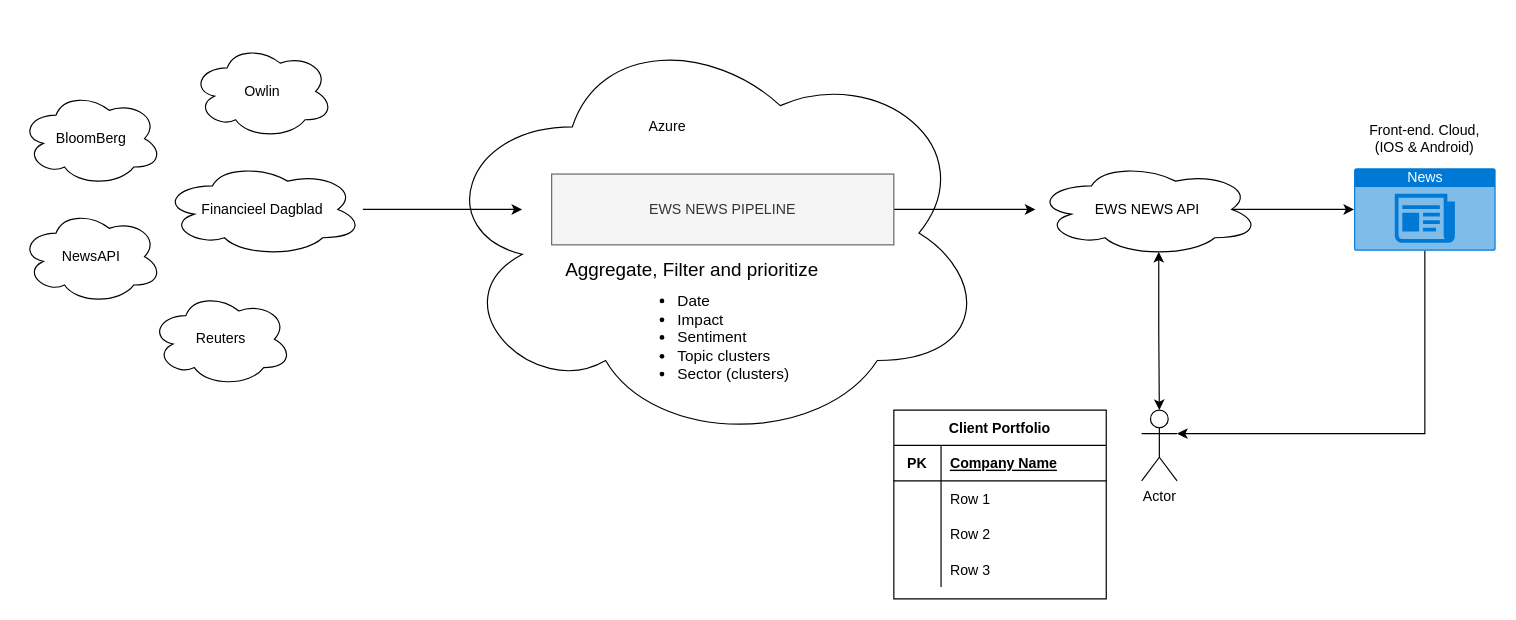
The draw.io diagram ews-news-api.drawio in mhux2000/100-pandas-puzzles, before the edit. Source tidied: cells renumbered, new cells numbered last; positions are measured from the earlier drawing's top-left corner, leaving out a move shared by most shapes. Both pictures are drawn from the tidied source at 118%, with x=0, y=0 at pixel (20, 20).
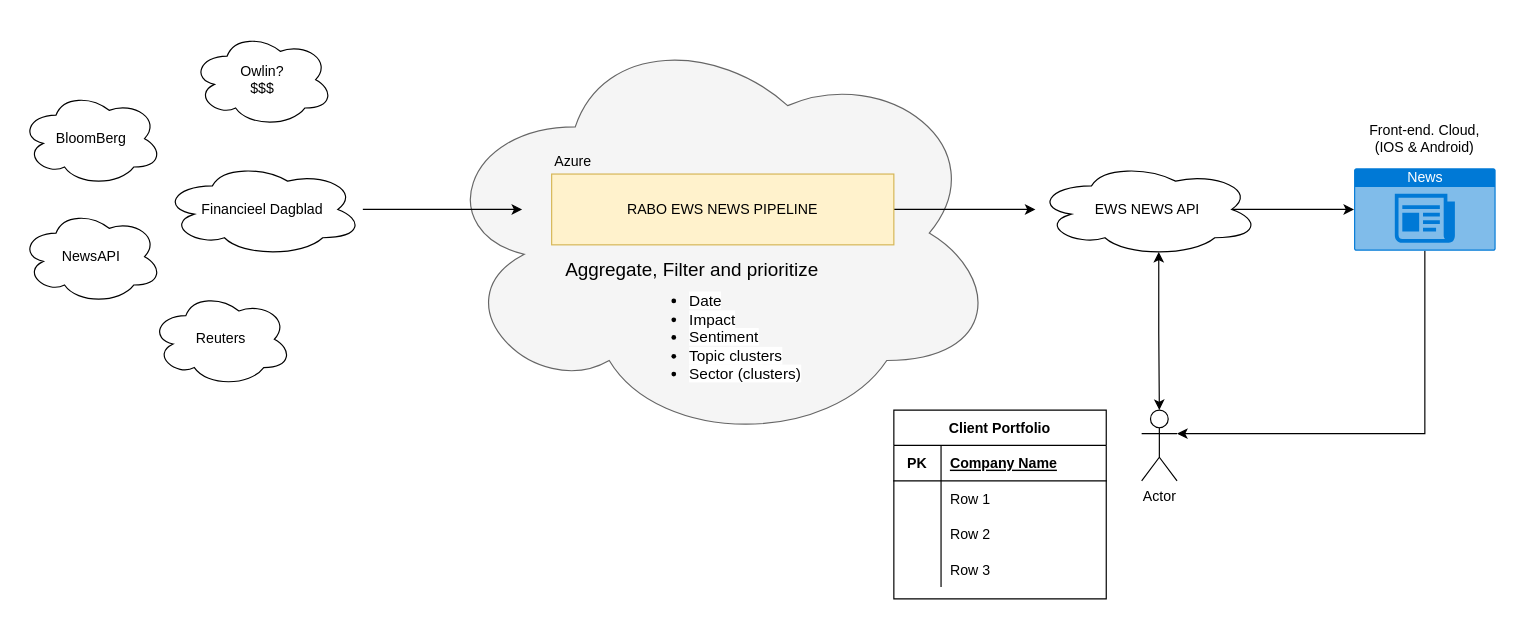
The same page after the edit.

What changed in the source:
```diff
@@
-    <mxCell id="2" style="ellipse;shape=cloud;whiteSpace=wrap;html=1;" parent="1" vertex="1">
-      <mxGeometry x="350" width="470" height="360" as="geometry" />
+    <mxCell id="2" style="ellipse;shape=cloud;whiteSpace=wrap;html=1;fillColor=#f5f5f5;strokeColor=#666666;fontColor=#333333;" parent="1" vertex="1">
+      <mxGeometry x="350" width="480" height="360" as="geometry" />
     </mxCell>
@@
-    <mxCell id="8" value="Owlin" style="ellipse;shape=cloud;whiteSpace=wrap;html=1;" parent="1" vertex="1">
-      <mxGeometry x="145" y="20" width="120" height="80" as="geometry" />
+    <mxCell id="8" value="Owlin?&lt;br&gt;$$$" style="ellipse;shape=cloud;whiteSpace=wrap;html=1;" parent="1" vertex="1">
+      <mxGeometry x="145" y="10" width="120" height="80" as="geometry" />
     </mxCell>
@@
-    <mxCell id="10" value="EWS NEWS PIPELINE" style="rounded=0;whiteSpace=wrap;html=1;fillColor=#f5f5f5;strokeColor=#666666;fontColor=#333333;" parent="1" vertex="1">
+    <mxCell id="10" value="RABO EWS NEWS PIPELINE" style="rounded=0;whiteSpace=wrap;html=1;fillColor=#fff2cc;strokeColor=#d6b656;" parent="1" vertex="1">
       <mxGeometry x="450" y="130" width="290" height="60" as="geometry" />
     </mxCell>
@@
     <mxCell id="31" value="&lt;ul style=&quot;color: rgb(0 , 0 , 0) ; font-family: &amp;#34;helvetica&amp;#34; ; font-size: 13px ; font-style: normal ; font-weight: 400 ; letter-spacing: normal ; text-align: left ; text-indent: 0px ; text-transform: none ; word-spacing: 0px&quot;&gt;&lt;li&gt;&lt;font style=&quot;font-size: 13px ; background-color: rgb(255 , 255 , 255)&quot;&gt;Date&lt;/font&gt;&lt;/li&gt;&lt;li&gt;&lt;font style=&quot;font-size: 13px&quot;&gt;&lt;span style=&quot;background-color: rgb(255 , 255 , 255)&quot;&gt;Impact&lt;/span&gt;&lt;/font&gt;&lt;/li&gt;&lt;li&gt;&lt;font style=&quot;font-size: 13px&quot;&gt;&lt;span style=&quot;background-color: rgb(255 , 255 , 255)&quot;&gt;Sentiment&lt;/span&gt;&lt;/font&gt;&lt;/li&gt;&lt;li&gt;&lt;font style=&quot;font-size: 13px&quot;&gt;&lt;span style=&quot;background-color: rgb(255 , 255 , 255)&quot;&gt;Topic clusters&lt;/span&gt;&lt;/font&gt;&lt;/li&gt;&lt;li&gt;&lt;span style=&quot;background-color: rgb(255 , 255 , 255)&quot;&gt;Sector (clusters)&lt;/span&gt;&lt;/li&gt;&lt;/ul&gt;" style="text;whiteSpace=wrap;html=1;" parent="1" vertex="1">
-      <mxGeometry x="515" y="210" width="140" height="120" as="geometry" />
+      <mxGeometry x="525" y="210" width="140" height="120" as="geometry" />
     </mxCell>
@@
     <mxCell id="33" value="Azure&amp;nbsp;&lt;br&gt;" style="text;html=1;strokeColor=none;fillColor=none;align=center;verticalAlign=middle;whiteSpace=wrap;rounded=0;" parent="1" vertex="1">
-      <mxGeometry x="490" y="70" width="120" height="40" as="geometry" />
+      <mxGeometry x="410" y="100" width="120" height="40" as="geometry" />
     </mxCell>
```
